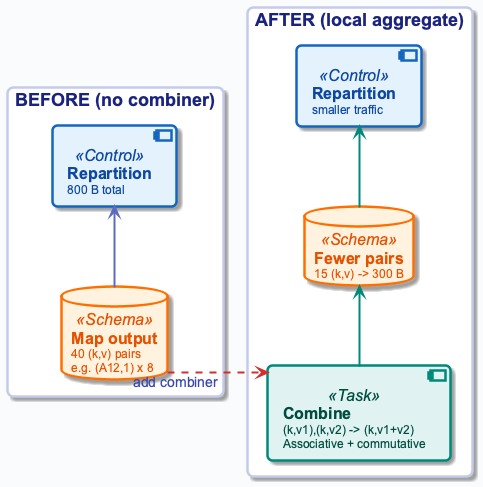
OrPerets/data-engineering-course keeps this PlantUML diagram as diagrams/week03/week3_local_aggregation.png. Above is the earlier version. Its diagram source:
```plantuml
@startuml
!include ../_template_styles.puml
left to right direction

rectangle "BEFORE (no combiner)" #FFFFFF {
    database "**Map output**\n<size:12>40 (k,v) pairs</size>\n<size:12>e.g. (A12,1) x 8</size>" as MAP1 <<Schema>>
    component "**Repartition**\n<size:12>800 B total</size>" as REP1 <<Control>>
    MAP1 -right[#5C6BC0,thickness=2]-> REP1
}

rectangle "AFTER (local aggregate)" #FFFFFF {
    component "**Combine**\n<size:12>(k,v1),(k,v2) -> (k,v1+v2)</size>\n<size:12>Associative + commutative</size>" as COMB <<Task>>
    database "**Fewer pairs**\n<size:12>15 (k,v) -> 300 B</size>" as MAP2 <<Schema>>
    component "**Repartition**\n<size:12>smaller traffic</size>" as REP2 <<Control>>
    COMB -right[#00897B,thickness=2]-> MAP2
    MAP2 -right[#00897B,thickness=2]-> REP2
}

MAP1 -down[#D32F2F,dashed,thickness=2]-> COMB : <color:#3949AB>add combiner</color>
REP1 -[hidden]down- REP2

@enduml
```
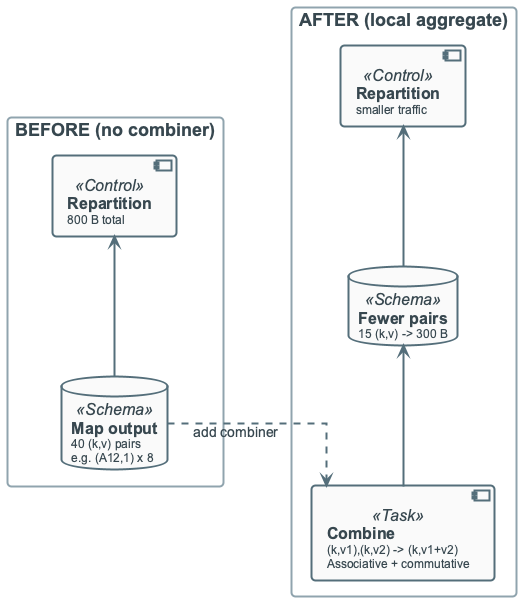
The same file after the commit.

What changed in the source:
```diff
@@ -5,18 +5,18 @@
 rectangle "BEFORE (no combiner)" #FFFFFF {
     database "**Map output**\n<size:12>40 (k,v) pairs</size>\n<size:12>e.g. (A12,1) x 8</size>" as MAP1 <<Schema>>
     component "**Repartition**\n<size:12>800 B total</size>" as REP1 <<Control>>
-    MAP1 -right[#5C6BC0,thickness=2]-> REP1
+    MAP1 -right-> REP1
 }
 
 rectangle "AFTER (local aggregate)" #FFFFFF {
     component "**Combine**\n<size:12>(k,v1),(k,v2) -> (k,v1+v2)</size>\n<size:12>Associative + commutative</size>" as COMB <<Task>>
     database "**Fewer pairs**\n<size:12>15 (k,v) -> 300 B</size>" as MAP2 <<Schema>>
     component "**Repartition**\n<size:12>smaller traffic</size>" as REP2 <<Control>>
-    COMB -right[#00897B,thickness=2]-> MAP2
-    MAP2 -right[#00897B,thickness=2]-> REP2
+    COMB -right-> MAP2
+    MAP2 -right-> REP2
 }
 
-MAP1 -down[#D32F2F,dashed,thickness=2]-> COMB : <color:#3949AB>add combiner</color>
+MAP1 -down[dashed]-> COMB : add combiner
 REP1 -[hidden]down- REP2
 
 @enduml
```
